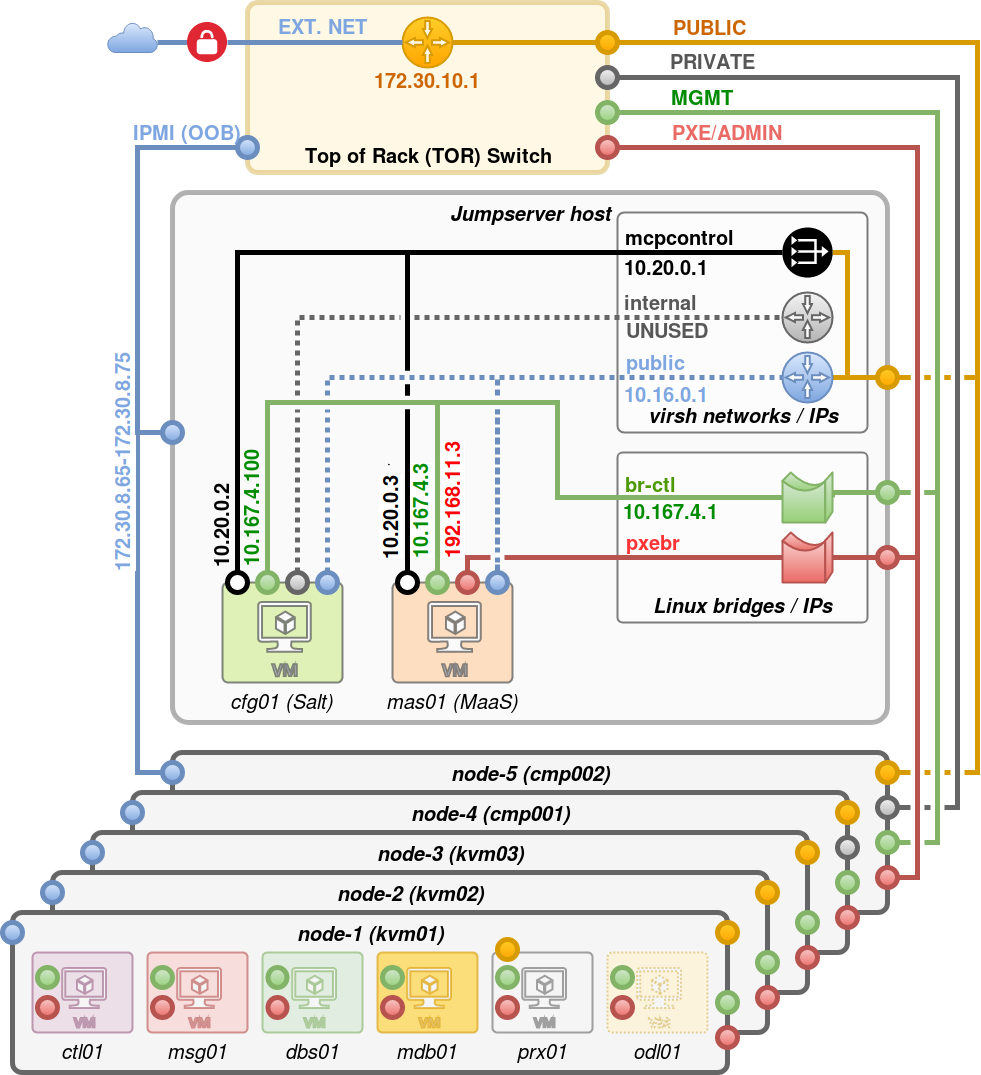
The draw.io diagram docs/release/installation/img/lf_pod2.png in opnfv/fuel, before a commit. Source tidied: cells renumbered, new cells last; positions are measured from the earlier drawing's top-left corner, leaving out a move shared by most shapes.
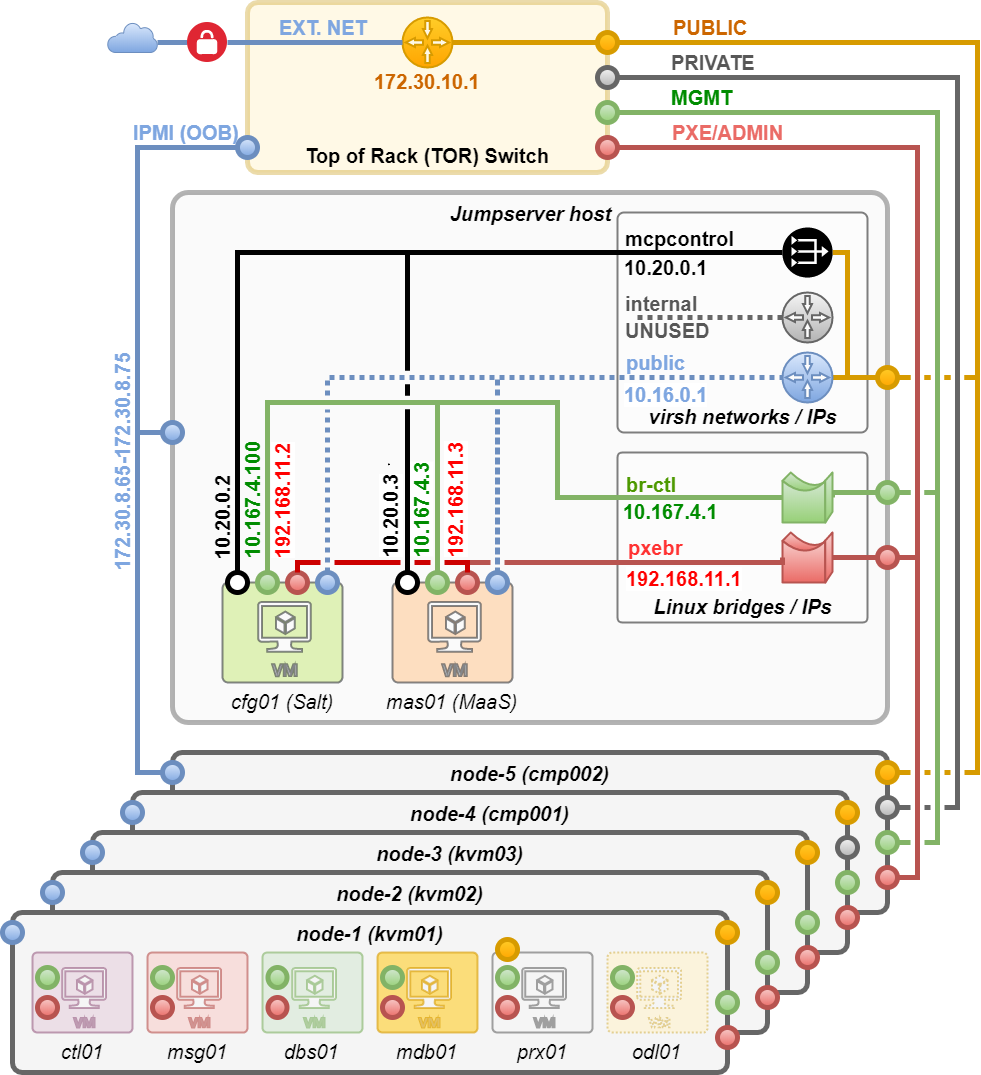
After the commit.

The edit, as a diff of the source:
```diff
@@ -202,7 +202,7 @@
     </mxCell>
     <mxCell id="51" value="&lt;font color=&quot;#008c00&quot;&gt;&lt;b&gt;10.167.4.100&lt;/b&gt;&lt;/font&gt;&lt;br&gt;" style="text;html=1;align=right;verticalAlign=bottom;labelBackgroundColor=none;fontSize=20;fontColor=#000000;horizontal=0;spacingLeft=0;labelPosition=left;verticalLabelPosition=top;spacingTop=0;spacingBottom=2;spacingRight=-100;" parent="50" vertex="1">
       <mxGeometry x="-0.81" y="-1" relative="1" as="geometry">
-        <mxPoint x="-1" y="24" as="offset" />
+        <mxPoint x="-1" y="16" as="offset" />
       </mxGeometry>
     </mxCell>
     <mxCell id="52" style="ellipse;whiteSpace=wrap;html=1;fillColor=#d5e8d4;strokeColor=#82b366;strokeWidth=5;perimeterSpacing=0;gradientColor=#97d077;" parent="1" vertex="1">
@@ -211,7 +211,7 @@
     <mxCell id="53" style="ellipse;whiteSpace=wrap;html=1;fillColor=#dae8fc;strokeColor=#6c8ebf;strokeWidth=5;perimeterSpacing=0;gradientColor=#7ea6e0;" parent="1" vertex="1">
       <mxGeometry x="330" y="570" width="20" height="20" as="geometry" />
     </mxCell>
-    <mxCell id="54" style="ellipse;whiteSpace=wrap;html=1;fillColor=#f5f5f5;strokeColor=#666666;strokeWidth=5;perimeterSpacing=0;gradientColor=#b3b3b3;" parent="1" vertex="1">
+    <mxCell id="54" style="ellipse;whiteSpace=wrap;html=1;fillColor=#f8cecc;strokeColor=#b85450;strokeWidth=5;perimeterSpacing=0;gradientColor=#ea6b66;" parent="1" vertex="1">
       <mxGeometry x="300" y="570" width="20" height="20" as="geometry" />
     </mxCell>
     <mxCell id="55" value="&lt;font style=&quot;font-size: 20px&quot;&gt;&lt;i style=&quot;font-weight: normal&quot;&gt;mas01 (MaaS)&lt;/i&gt;&lt;/font&gt;" style="verticalLabelPosition=bottom;html=1;verticalAlign=top;strokeColor=#36393d;fillColor=#ffcc99;shape=mxgraph.azure.virtual_machine;rounded=1;shadow=0;fontSize=14;fontColor=#000000;align=center;labelPosition=center;strokeWidth=2;fontStyle=1;opacity=60;" parent="1" vertex="1">
@@ -231,7 +231,7 @@
     </mxCell>
     <mxCell id="58" value="&lt;font color=&quot;#008c00&quot;&gt;&lt;b&gt;10.167.4.3&lt;/b&gt;&lt;/font&gt;&lt;br&gt;" style="text;html=1;align=center;verticalAlign=middle;labelBackgroundColor=#ffffff;fontSize=20;fontColor=#7EA6E0;horizontal=0;" parent="57" vertex="1">
       <mxGeometry x="-0.75" y="1" relative="1" as="geometry">
-        <mxPoint x="-16" y="15" as="offset" />
+        <mxPoint x="-16" y="13" as="offset" />
       </mxGeometry>
     </mxCell>
     <mxCell id="59" value="&lt;font color=&quot;#008c00&quot;&gt;&lt;b&gt;10.167.4.1&lt;/b&gt;&lt;/font&gt;&lt;br&gt;" style="text;html=1;align=center;verticalAlign=top;labelBackgroundColor=none;fontSize=20;fontColor=#7EA6E0;" parent="57" vertex="1">
@@ -268,23 +268,6 @@
     <mxCell id="65" style="ellipse;whiteSpace=wrap;html=1;fillColor=#dae8fc;strokeColor=#6c8ebf;strokeWidth=5;perimeterSpacing=0;gradientColor=#7ea6e0;" parent="1" vertex="1">
       <mxGeometry x="500" y="570" width="20" height="20" as="geometry" />
     </mxCell>
-    <mxCell id="66" style="edgeStyle=orthogonalEdgeStyle;rounded=0;jumpStyle=gap;elbow=vertical;html=1;startArrow=none;startFill=0;startSize=0;endArrow=none;endFill=0;endSize=5;jettySize=auto;strokeColor=#b85450;strokeWidth=5;fillColor=#f8cecc;gradientColor=#ea6b66;entryX=0;entryY=0.5;entryPerimeter=0;" parent="1" edge="1" source="69" target="91">
-      <mxGeometry relative="1" as="geometry">
-        <Array as="points">
-          <mxPoint x="480" y="555" />
-        </Array>
-      </mxGeometry>
-    </mxCell>
-    <mxCell id="67" value="&lt;b&gt;&lt;font color=&quot;#ff0000&quot;&gt;192.168.11.3&lt;/font&gt;&lt;/b&gt;" style="text;html=1;align=left;verticalAlign=bottom;labelBackgroundColor=#ffffff;fontSize=20;fontColor=#000000;labelPosition=right;verticalLabelPosition=top;spacingLeft=0;spacingRight=-10;horizontal=0;fontStyle=1;" parent="66" vertex="1">
-      <mxGeometry x="0.34" y="-10" relative="1" as="geometry">
-        <mxPoint x="-207" y="-7" as="offset" />
-      </mxGeometry>
-    </mxCell>
-    <mxCell id="68" value="&lt;b&gt;&lt;font style=&quot;font-size: 20px&quot; color=&quot;#ff3333&quot;&gt;pxebr&lt;/font&gt;&lt;/b&gt;" style="text;html=1;align=center;verticalAlign=bottom;labelBackgroundColor=none;fontSize=14;fontColor=#000000;" parent="66" vertex="1">
-      <mxGeometry x="0.45" y="-4" relative="1" as="geometry">
-        <mxPoint x="-40" y="-6" as="offset" />
-      </mxGeometry>
-    </mxCell>
     <mxCell id="69" style="ellipse;whiteSpace=wrap;html=1;fillColor=#f8cecc;strokeColor=#b85450;strokeWidth=5;perimeterSpacing=0;gradientColor=#ea6b66;" parent="1" vertex="1">
       <mxGeometry x="470" y="570" width="20" height="20" as="geometry" />
     </mxCell>
@@ -383,7 +366,7 @@
       </mxGeometry>
     </mxCell>
     <mxCell id="87" value="&lt;font color=&quot;#000000&quot;&gt;10.20.0.2&lt;/font&gt;" style="text;html=1;align=center;verticalAlign=bottom;labelBackgroundColor=none;fontSize=20;fontColor=#000000;horizontal=0;fontStyle=1;spacingBottom=0;spacingLeft=0;" parent="1" vertex="1">
-      <mxGeometry x="252" y="493" as="geometry">
+      <mxGeometry x="252" y="485" as="geometry">
         <mxPoint x="-5" y="-30" as="offset" />
       </mxGeometry>
     </mxCell>
@@ -432,17 +415,9 @@
     </mxCell>
     <mxCell id="98" value="&lt;b&gt;10.20.0.3&lt;/b&gt;" style="text;html=1;align=left;verticalAlign=middle;labelBackgroundColor=#ffffff;fontSize=20;fontColor=#000000;horizontal=0;labelPosition=right;verticalLabelPosition=middle;spacingBottom=46;spacingRight=0;spacingTop=0;spacingLeft=-33;spacing=2;labelBorderColor=none;fontStyle=1;" parent="95" vertex="1">
       <mxGeometry x="-0.81" y="-5" relative="1" as="geometry">
-        <mxPoint y="22" as="offset" />
+        <mxPoint y="20" as="offset" />
       </mxGeometry>
     </mxCell>
-    <mxCell id="99" style="edgeStyle=orthogonalEdgeStyle;rounded=0;jumpStyle=gap;html=1;entryX=0.5;entryY=0;startArrow=none;startFill=0;startSize=0;endArrow=none;endFill=0;endSize=5;jettySize=auto;strokeColor=#000000;strokeWidth=5;" parent="1" edge="1" source="49" target="56">
-      <mxGeometry relative="1" as="geometry">
-        <Array as="points">
-          <mxPoint x="250" y="250" />
-          <mxPoint x="420" y="250" />
-        </Array>
-      </mxGeometry>
-    </mxCell>
     <mxCell id="100" style="ellipse;whiteSpace=wrap;html=1;fillColor=#f8cecc;strokeColor=#b85450;gradientColor=#ea6b66;strokeWidth=5;perimeterSpacing=0;" parent="1" vertex="1">
       <mxGeometry x="770" y="985" width="20" height="20" as="geometry" />
     </mxCell>
@@ -524,25 +499,70 @@
         <mxPoint x="-73" y="-6" as="offset" />
       </mxGeometry>
     </mxCell>
-    <mxCell id="121" style="edgeStyle=orthogonalEdgeStyle;rounded=0;jumpStyle=gap;html=1;exitX=0.5;exitY=0;entryX=0;entryY=0.5;entryPerimeter=0;labelBackgroundColor=none;startArrow=none;startFill=0;startSize=0;endArrow=none;endFill=0;endSize=5;jettySize=auto;strokeColor=#666666;strokeWidth=5;fontSize=20;fontColor=#7EA6E0;align=left;fillColor=#f5f5f5;gradientColor=#b3b3b3;dashed=1;dashPattern=1 1;" parent="1" edge="1" source="54" target="93">
+    <mxCell id="121" style="edgeStyle=orthogonalEdgeStyle;rounded=0;jumpStyle=gap;html=1;entryX=0;entryY=0.5;entryPerimeter=0;labelBackgroundColor=none;startArrow=none;startFill=0;startSize=0;endArrow=none;endFill=0;endSize=5;jettySize=auto;strokeColor=#666666;strokeWidth=5;fontSize=20;fontColor=#7EA6E0;align=left;fillColor=#f5f5f5;gradientColor=#b3b3b3;dashed=1;dashPattern=1 1;" parent="1" edge="1" target="93">
       <mxGeometry relative="1" as="geometry">
+        <mxPoint x="650" y="315" as="sourcePoint" />
         <Array as="points">
-          <mxPoint x="310" y="315" />
+          <mxPoint x="650" y="315" />
         </Array>
       </mxGeometry>
     </mxCell>
     <mxCell id="122" value="&lt;b&gt;&lt;font color=&quot;#575757&quot;&gt;internal&lt;/font&gt;&lt;/b&gt;" style="text;html=1;align=center;verticalAlign=bottom;labelBackgroundColor=none;fontSize=20;fontColor=#7EA6E0;" parent="121" vertex="1">
       <mxGeometry x="0.86" relative="1" as="geometry">
-        <mxPoint x="-69" y="-1" as="offset" />
+        <mxPoint x="-112" y="-1" as="offset" />
       </mxGeometry>
     </mxCell>
     <mxCell id="123" value="&lt;b&gt;&lt;font color=&quot;#575757&quot;&gt;UNUSED&lt;/font&gt;&lt;/b&gt;" style="text;html=1;align=center;verticalAlign=top;labelBackgroundColor=none;fontSize=20;fontColor=#7EA6E0;" parent="121" vertex="1">
       <mxGeometry x="0.89" y="-3" relative="1" as="geometry">
-        <mxPoint x="-74" y="-8" as="offset" />
+        <mxPoint x="-108" y="-8" as="offset" />
       </mxGeometry>
     </mxCell>
     <mxCell id="124" style="ellipse;whiteSpace=wrap;html=1;fillColor=#d5e8d4;strokeColor=#82b366;strokeWidth=5;perimeterSpacing=0;gradientColor=#97d077;fontStyle=0;" parent="1" vertex="1">
       <mxGeometry x="510" y="965" width="20" height="20" as="geometry" />
     </mxCell>
+    <mxCell id="66" style="edgeStyle=orthogonalEdgeStyle;rounded=0;jumpStyle=gap;elbow=vertical;html=1;startArrow=none;startFill=0;startSize=0;endArrow=none;endFill=0;endSize=5;jettySize=auto;strokeColor=#b85450;strokeWidth=5;fillColor=#f8cecc;gradientColor=#ea6b66;entryX=0;entryY=0.5;entryPerimeter=0;" parent="1" edge="1" source="69" target="91">
+      <mxGeometry relative="1" as="geometry">
+        <Array as="points">
+          <mxPoint x="480" y="560" />
+          <mxPoint x="795" y="560" />
+        </Array>
+      </mxGeometry>
+    </mxCell>
+    <mxCell id="67" value="&lt;b&gt;&lt;font color=&quot;#ff0000&quot;&gt;192.168.11.3&lt;/font&gt;&lt;/b&gt;" style="text;html=1;align=left;verticalAlign=bottom;labelBackgroundColor=#ffffff;fontSize=20;fontColor=#000000;labelPosition=right;verticalLabelPosition=top;spacingLeft=0;spacingRight=-10;horizontal=0;fontStyle=1;" parent="66" vertex="1">
+      <mxGeometry x="0.34" y="-10" relative="1" as="geometry">
+        <mxPoint x="-209" y="-13" as="offset" />
+      </mxGeometry>
+    </mxCell>
+    <mxCell id="68" value="&lt;b&gt;&lt;font style=&quot;font-size: 20px&quot; color=&quot;#ff3333&quot;&gt;pxebr&lt;/font&gt;&lt;/b&gt;" style="text;html=1;align=center;verticalAlign=bottom;labelBackgroundColor=none;fontSize=14;fontColor=#000000;" parent="66" vertex="1">
+      <mxGeometry x="0.45" y="-4" relative="1" as="geometry">
+        <mxPoint x="-43" y="-6" as="offset" />
+      </mxGeometry>
+    </mxCell>
+    <mxCell id="125" value="&lt;b&gt;&lt;font color=&quot;#ff0000&quot;&gt;192.168.11.1&lt;/font&gt;&lt;/b&gt;" style="text;html=1;align=center;verticalAlign=top;labelBackgroundColor=#ffffff;fontSize=20;fontColor=#FF3333;" parent="66" vertex="1">
+      <mxGeometry x="0.21" y="-2" relative="1" as="geometry">
+        <mxPoint x="27" y="-4" as="offset" />
+      </mxGeometry>
+    </mxCell>
+    <mxCell id="126" style="edgeStyle=orthogonalEdgeStyle;rounded=0;jumpStyle=gap;html=1;exitX=0.5;exitY=0;entryX=0.5;entryY=0;endArrow=none;endFill=0;jettySize=auto;strokeColor=#CC0000;strokeWidth=5;fontSize=20;fontColor=#FF3333;" parent="1" edge="1" source="54" target="69">
+      <mxGeometry relative="1" as="geometry">
+        <Array as="points">
+          <mxPoint x="310" y="560" />
+          <mxPoint x="480" y="560" />
+        </Array>
+      </mxGeometry>
+    </mxCell>
+    <mxCell id="127" value="&lt;b&gt;&lt;font color=&quot;#ff0000&quot;&gt;192.168.11.2&lt;/font&gt;&lt;/b&gt;" style="text;html=1;align=left;verticalAlign=bottom;labelBackgroundColor=#ffffff;fontSize=20;fontColor=#FF3333;horizontal=0;" parent="126" vertex="1">
+      <mxGeometry x="-0.78" relative="1" as="geometry">
+        <mxPoint x="-13" y="-2" as="offset" />
+      </mxGeometry>
+    </mxCell>
+    <mxCell id="99" style="edgeStyle=orthogonalEdgeStyle;rounded=0;jumpStyle=gap;html=1;entryX=0.5;entryY=0;startArrow=none;startFill=0;startSize=0;endArrow=none;endFill=0;endSize=5;jettySize=auto;strokeColor=#000000;strokeWidth=5;" parent="1" edge="1" source="49" target="56">
+      <mxGeometry relative="1" as="geometry">
+        <Array as="points">
+          <mxPoint x="250" y="250" />
+          <mxPoint x="420" y="250" />
+        </Array>
+      </mxGeometry>
+    </mxCell>
   </root>
 </mxGraphModel>
```
